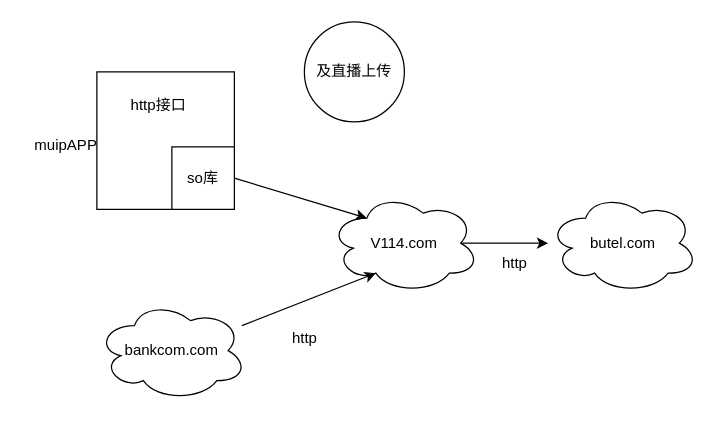
ssllkkyy/UML keeps this draw.io diagram as Untitled Diagram.drawio. Above is the earlier version. Source tidied: cells renumbered, new cells numbered last; positions are measured from the earlier drawing's top-left corner, leaving out a move shared by most shapes. Both pictures are drawn from the tidied source at 125%, with x=0, y=0 at pixel (21, 21).
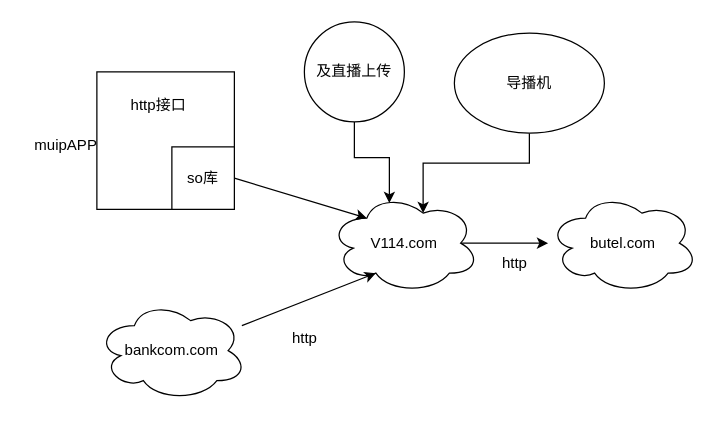
The same page after the edit.

The edit, as a diff of the source:
```diff
@@
 <mxGraphModel>
   <root>
     <mxCell id="0" />
     <mxCell id="1" parent="0" />
     <mxCell id="2" value="bankcom.com" style="ellipse;shape=cloud;whiteSpace=wrap;html=1;" parent="1" vertex="1">
       <mxGeometry x="60" y="223" width="120" height="80" as="geometry" />
     </mxCell>
     <mxCell id="3" value="butel.com" style="ellipse;shape=cloud;whiteSpace=wrap;html=1;" parent="1" vertex="1">
       <mxGeometry x="421" y="137" width="120" height="80" as="geometry" />
     </mxCell>
     <mxCell id="4" style="whiteSpace=wrap;html=1;" parent="1" vertex="1">
       <mxGeometry x="60" y="40" width="110" height="110" as="geometry" />
     </mxCell>
     <mxCell id="5" value="so库" style="whiteSpace=wrap;html=1;" parent="1" vertex="1">
       <mxGeometry x="120" y="100" width="50" height="50" as="geometry" />
     </mxCell>
     <mxCell id="6" value="http接口" style="text;html=1;align=center;verticalAlign=middle;" parent="1" vertex="1">
       <mxGeometry x="79" y="57" width="60" height="20" as="geometry" />
     </mxCell>
     <mxCell id="7" style="edgeStyle=orthogonalEdgeStyle;rounded=0;jettySize=auto;html=1;exitX=0.875;exitY=0.5;exitDx=0;exitDy=0;exitPerimeter=0;" parent="1" edge="1" source="8" target="3">
       <mxGeometry relative="1" as="geometry" />
     </mxCell>
     <mxCell id="8" value="V114.com" style="ellipse;shape=cloud;whiteSpace=wrap;html=1;" parent="1" vertex="1">
       <mxGeometry x="246" y="137" width="120" height="80" as="geometry" />
     </mxCell>
     <mxCell id="9" style="endArrow=classic;html=1;entryX=0.25;entryY=0.25;entryDx=0;entryDy=0;entryPerimeter=0;exitX=1;exitY=0.5;exitDx=0;exitDy=0;" parent="1" edge="1" source="5" target="8">
       <mxGeometry relative="1" as="geometry" />
     </mxCell>
     <mxCell id="10" style="endArrow=classic;html=1;entryX=0.31;entryY=0.8;entryDx=0;entryDy=0;entryPerimeter=0;" parent="1" edge="1" target="8">
       <mxGeometry relative="1" as="geometry">
         <mxPoint x="176" y="243" as="sourcePoint" />
       </mxGeometry>
     </mxCell>
     <mxCell id="11" value="http" style="text;html=1;align=center;verticalAlign=middle;" parent="1" vertex="1">
       <mxGeometry x="206" y="243" width="40" height="20" as="geometry" />
     </mxCell>
     <mxCell id="12" value="http" style="text;html=1;align=center;verticalAlign=middle;" parent="1" vertex="1">
       <mxGeometry x="373.5" y="183" width="40" height="20" as="geometry" />
     </mxCell>
+    <mxCell id="15" style="edgeStyle=orthogonalEdgeStyle;rounded=0;jettySize=auto;html=1;exitX=0.5;exitY=1;exitDx=0;exitDy=0;entryX=0.4;entryY=0.1;entryDx=0;entryDy=0;entryPerimeter=0;" parent="1" edge="1" source="13" target="8">
+      <mxGeometry relative="1" as="geometry" />
+    </mxCell>
     <mxCell id="13" value="及直播上传" style="ellipse;whiteSpace=wrap;html=1;" parent="1" vertex="1">
       <mxGeometry x="226" width="80" height="80" as="geometry" />
     </mxCell>
     <mxCell id="14" value="muipAPP" style="text;html=1;align=center;verticalAlign=middle;" parent="1" vertex="1">
       <mxGeometry y="89" width="70" height="20" as="geometry" />
     </mxCell>
+    <mxCell id="16" style="edgeStyle=orthogonalEdgeStyle;rounded=0;jettySize=auto;html=1;exitX=0.5;exitY=1;exitDx=0;exitDy=0;entryX=0.625;entryY=0.2;entryDx=0;entryDy=0;entryPerimeter=0;" parent="1" edge="1" source="17" target="8">
+      <mxGeometry relative="1" as="geometry" />
+    </mxCell>
+    <mxCell id="17" value="导播机" style="ellipse;whiteSpace=wrap;html=1;" parent="1" vertex="1">
+      <mxGeometry x="346" y="9" width="120" height="80" as="geometry" />
+    </mxCell>
   </root>
 </mxGraphModel>
```
